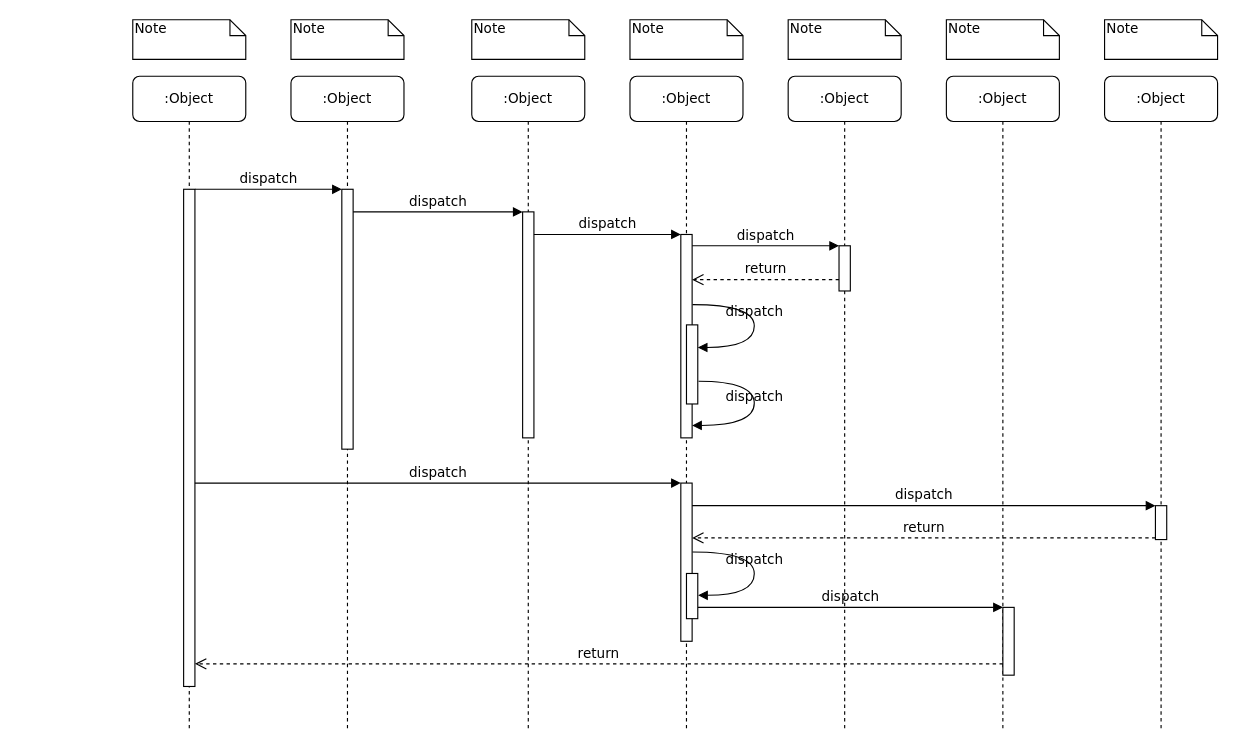
Above: pointhub_pgpay.drawio in latemorning/sichuan (draw.io), before the change. Source tidied: cells renumbered, new cells numbered last; positions are measured from the earlier drawing's top-left corner, leaving out a move shared by most shapes. Both pictures are drawn from the tidied source at 113%, with x=0, y=0 at pixel (132, 19).
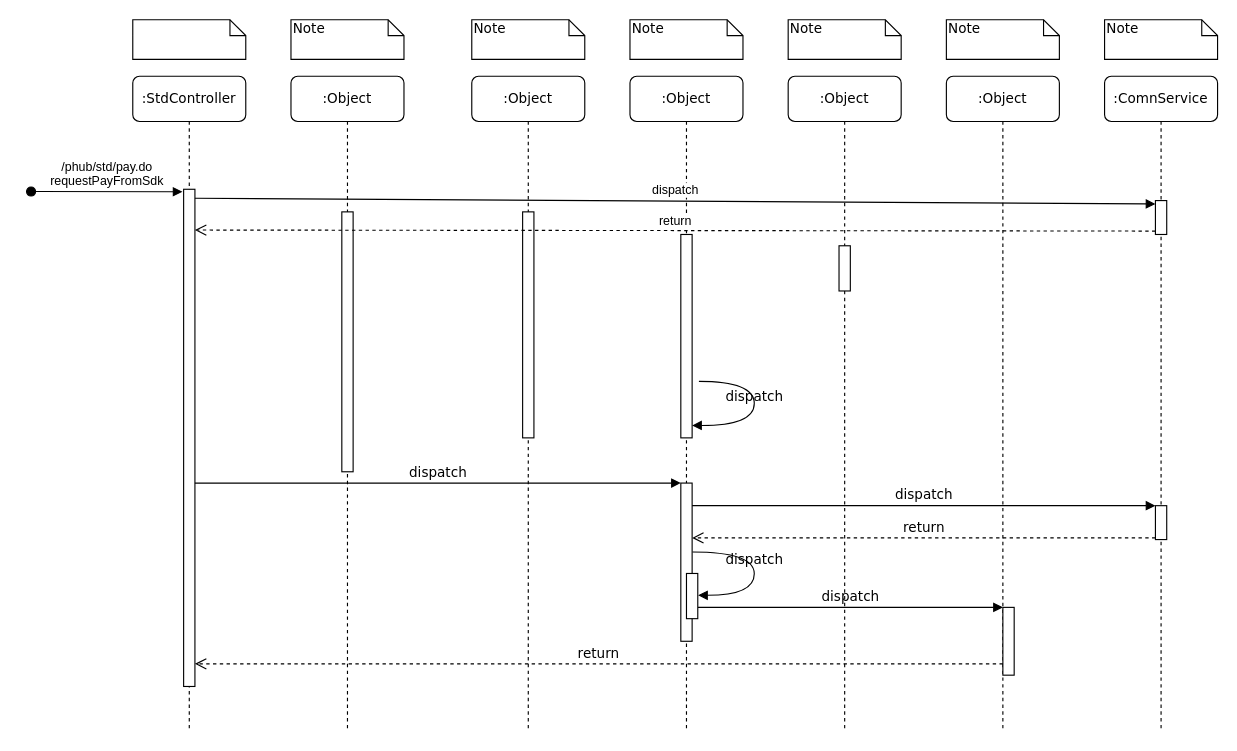
The same diagram, later.

The change refers to these unchanged cells:
```xml
<mxCell id="2" value=":Object" style="shape=umlLifeline;perimeter=lifelinePerimeter;whiteSpace=wrap;html=1;rounded=1;shadow=0;comic=0;labelBackgroundColor=none;strokeColor=#000000;strokeWidth=1;fillColor=#FFFFFF;fontFamily=Verdana;fontSize=12;fontColor=#000000;align=center;" parent="1" vertex="1">
  <mxGeometry x="140" y="50" width="100" height="580" as="geometry" />
</mxCell>
<mxCell id="5" style="html=1;points=[];perimeter=orthogonalPerimeter;rounded=0;shadow=0;comic=0;labelBackgroundColor=none;strokeColor=#000000;strokeWidth=1;fillColor=#FFFFFF;fontFamily=Verdana;fontSize=12;fontColor=#000000;align=center;" parent="4" vertex="1">
  <mxGeometry x="45" y="120" width="10" height="200" as="geometry" />
</mxCell>
<mxCell id="11" style="html=1;points=[];perimeter=orthogonalPerimeter;rounded=0;shadow=0;comic=0;labelBackgroundColor=none;strokeColor=#000000;strokeWidth=1;fillColor=#FFFFFF;fontFamily=Verdana;fontSize=12;fontColor=#000000;align=center;" parent="10" vertex="1">
  <mxGeometry x="45" y="100" width="10" height="440" as="geometry" />
</mxCell>
<mxCell id="12" style="html=1;points=[];perimeter=orthogonalPerimeter;rounded=0;shadow=0;comic=0;labelBackgroundColor=none;strokeColor=#000000;strokeWidth=1;fillColor=#FFFFFF;fontFamily=Verdana;fontSize=12;fontColor=#000000;align=center;" parent="1" vertex="1">
  <mxGeometry x="485" y="190" width="10" height="180" as="geometry" />
</mxCell>
<mxCell id="14" style="html=1;points=[];perimeter=orthogonalPerimeter;rounded=0;shadow=0;comic=0;labelBackgroundColor=none;strokeColor=#000000;strokeWidth=1;fillColor=#FFFFFF;fontFamily=Verdana;fontSize=12;fontColor=#000000;align=center;" parent="1" vertex="1">
  <mxGeometry x="625" y="200" width="10" height="40" as="geometry" />
</mxCell>
```

Change to the diagram source:
```diff
@@
     <mxCell id="3" style="html=1;points=[];perimeter=orthogonalPerimeter;rounded=0;shadow=0;comic=0;labelBackgroundColor=none;strokeColor=#000000;strokeWidth=1;fillColor=#FFFFFF;fontFamily=Verdana;fontSize=12;fontColor=#000000;align=center;" parent="2" vertex="1">
-      <mxGeometry x="45" y="100" width="10" height="230" as="geometry" />
+      <mxGeometry x="45" y="120" width="10" height="230" as="geometry" />
     </mxCell>
@@
-    <mxCell id="9" value=":Object" style="shape=umlLifeline;perimeter=lifelinePerimeter;whiteSpace=wrap;html=1;rounded=1;shadow=0;comic=0;labelBackgroundColor=none;strokeColor=#000000;strokeWidth=1;fillColor=#FFFFFF;fontFamily=Verdana;fontSize=12;fontColor=#000000;align=center;" parent="1" vertex="1">
+    <mxCell id="9" value=":ComnService" style="shape=umlLifeline;perimeter=lifelinePerimeter;whiteSpace=wrap;html=1;rounded=1;shadow=0;comic=0;labelBackgroundColor=none;strokeColor=#000000;strokeWidth=1;fillColor=#FFFFFF;fontFamily=Verdana;fontSize=12;fontColor=#000000;align=center;" parent="1" vertex="1">
       <mxGeometry x="860" y="50" width="100" height="580" as="geometry" />
     </mxCell>
+    <mxCell id="39" style="html=1;points=[];perimeter=orthogonalPerimeter;" parent="9" vertex="1">
+      <mxGeometry x="45" y="110" width="10" height="30" as="geometry" />
+    </mxCell>
-    <mxCell id="10" value=":Object" style="shape=umlLifeline;perimeter=lifelinePerimeter;whiteSpace=wrap;html=1;rounded=1;shadow=0;comic=0;labelBackgroundColor=none;strokeColor=#000000;strokeWidth=1;fillColor=#FFFFFF;fontFamily=Verdana;fontSize=12;fontColor=#000000;align=center;" parent="1" vertex="1">
+    <mxCell id="10" value=":StdController" style="shape=umlLifeline;perimeter=lifelinePerimeter;whiteSpace=wrap;html=1;rounded=1;shadow=0;comic=0;labelBackgroundColor=none;strokeColor=#000000;strokeWidth=1;fillColor=#FFFFFF;fontFamily=Verdana;fontSize=12;fontColor=#000000;align=center;" parent="1" vertex="1">
       <mxGeometry y="50" width="100" height="580" as="geometry" />
     </mxCell>
@@
-    <mxCell id="13" value="dispatch" style="html=1;verticalAlign=bottom;endArrow=block;labelBackgroundColor=none;fontFamily=Verdana;fontSize=12;edgeStyle=elbowEdgeStyle;elbow=vertical;" parent="1" edge="1" source="5" target="12">
-      <mxGeometry relative="1" as="geometry">
-        <Array as="points">
-          <mxPoint x="360" y="190" />
-        </Array>
-      </mxGeometry>
-    </mxCell>
@@
-    <mxCell id="15" value="dispatch" style="html=1;verticalAlign=bottom;endArrow=block;entryX=0;entryY=0;labelBackgroundColor=none;fontFamily=Verdana;fontSize=12;edgeStyle=elbowEdgeStyle;elbow=vertical;" parent="1" edge="1" source="12" target="14">
-      <mxGeometry relative="1" as="geometry" />
-    </mxCell>
-    <mxCell id="16" value="return" style="html=1;verticalAlign=bottom;endArrow=open;dashed=1;endSize=8;labelBackgroundColor=none;fontFamily=Verdana;fontSize=12;edgeStyle=elbowEdgeStyle;elbow=vertical;" parent="1" edge="1" source="14" target="12">
-      <mxGeometry relative="1" as="geometry">
-        <Array as="points">
-          <mxPoint x="570" y="230" />
-          <mxPoint x="600" y="230" />
-        </Array>
-      </mxGeometry>
-    </mxCell>
@@
-    <mxCell id="25" value="dispatch" style="html=1;verticalAlign=bottom;endArrow=block;entryX=0;entryY=0;labelBackgroundColor=none;fontFamily=Verdana;fontSize=12;edgeStyle=elbowEdgeStyle;elbow=vertical;" parent="1" edge="1" source="11" target="3">
-      <mxGeometry relative="1" as="geometry" />
-    </mxCell>
-    <mxCell id="26" value="dispatch" style="html=1;verticalAlign=bottom;endArrow=block;entryX=0;entryY=0;labelBackgroundColor=none;fontFamily=Verdana;fontSize=12;edgeStyle=elbowEdgeStyle;elbow=vertical;" parent="1" edge="1" source="3" target="5">
-      <mxGeometry relative="1" as="geometry" />
-    </mxCell>
-    <mxCell id="27" style="html=1;points=[];perimeter=orthogonalPerimeter;rounded=0;shadow=0;comic=0;labelBackgroundColor=none;strokeColor=#000000;strokeWidth=1;fillColor=#FFFFFF;fontFamily=Verdana;fontSize=12;fontColor=#000000;align=center;" parent="1" vertex="1">
-      <mxGeometry x="490" y="270" width="10" height="70" as="geometry" />
-    </mxCell>
-    <mxCell id="28" value="dispatch" style="html=1;verticalAlign=bottom;endArrow=block;labelBackgroundColor=none;fontFamily=Verdana;fontSize=12;elbow=vertical;edgeStyle=orthogonalEdgeStyle;curved=1;entryX=1;entryY=0.286;entryPerimeter=0;exitX=1.038;exitY=0.345;exitPerimeter=0;" parent="1" edge="1" source="12" target="27">
-      <mxGeometry relative="1" as="geometry">
-        <Array as="points">
-          <mxPoint x="550" y="252" />
-          <mxPoint x="550" y="290" />
-        </Array>
-      </mxGeometry>
-    </mxCell>
-    <mxCell id="29" value="dispatch" style="html=1;verticalAlign=bottom;endArrow=block;labelBackgroundColor=none;fontFamily=Verdana;fontSize=12;elbow=vertical;edgeStyle=orthogonalEdgeStyle;curved=1;exitX=1.066;exitY=0.713;exitPerimeter=0;" parent="1" edge="1" source="27">
+    <mxCell id="29" value="dispatch" style="html=1;verticalAlign=bottom;endArrow=block;labelBackgroundColor=none;fontFamily=Verdana;fontSize=12;elbow=vertical;edgeStyle=orthogonalEdgeStyle;curved=1;exitX=1.066;exitY=0.713;exitPerimeter=0;" parent="1" edge="1">
       <mxGeometry relative="1" as="geometry">
+        <mxPoint x="501" y="320" as="sourcePoint" />
         <mxPoint x="495" y="359" as="targetPoint" />
         <Array as="points">
           <mxPoint x="550" y="320" />
           <mxPoint x="550" y="359" />
         </Array>
       </mxGeometry>
     </mxCell>
@@
-    <mxCell id="32" value="Note" style="shape=note;whiteSpace=wrap;html=1;size=14;verticalAlign=top;align=left;spacingTop=-6;rounded=0;shadow=0;comic=0;labelBackgroundColor=none;strokeColor=#000000;strokeWidth=1;fillColor=#FFFFFF;fontFamily=Verdana;fontSize=12;fontColor=#000000;" parent="1" vertex="1">
+    <mxCell id="32" style="shape=note;whiteSpace=wrap;html=1;size=14;verticalAlign=top;align=left;spacingTop=-6;rounded=0;shadow=0;comic=0;labelBackgroundColor=none;strokeColor=#000000;strokeWidth=1;fillColor=#FFFFFF;fontFamily=Verdana;fontSize=12;fontColor=#000000;" parent="1" vertex="1">
       <mxGeometry width="100" height="35" as="geometry" />
     </mxCell>
@@
+    <mxCell id="40" value="/phub/std/pay.do&lt;br&gt;requestPayFromSdk" style="html=1;verticalAlign=bottom;startArrow=oval;startFill=1;endArrow=block;startSize=8;entryX=-0.1;entryY=0.005;entryDx=0;entryDy=0;entryPerimeter=0;" parent="1" edge="1" target="11">
+      <mxGeometry relative="1" as="geometry">
+        <mxPoint x="-90" y="152" as="sourcePoint" />
+      </mxGeometry>
+    </mxCell>
+    <mxCell id="41" value="dispatch" style="html=1;verticalAlign=bottom;endArrow=block;entryX=0;entryY=0.1;exitX=1;exitY=0.018;exitDx=0;exitDy=0;exitPerimeter=0;entryDx=0;entryDy=0;entryPerimeter=0;" parent="1" edge="1" source="11" target="39">
+      <mxGeometry relative="1" as="geometry" />
+    </mxCell>
+    <mxCell id="16" value="return" style="html=1;verticalAlign=bottom;endArrow=open;dashed=1;endSize=8;exitX=0;exitY=0.9;entryX=1;entryY=0.082;entryDx=0;entryDy=0;entryPerimeter=0;exitDx=0;exitDy=0;exitPerimeter=0;" parent="1" edge="1" source="39" target="11">
+      <mxGeometry relative="1" as="geometry" />
+    </mxCell>
```
